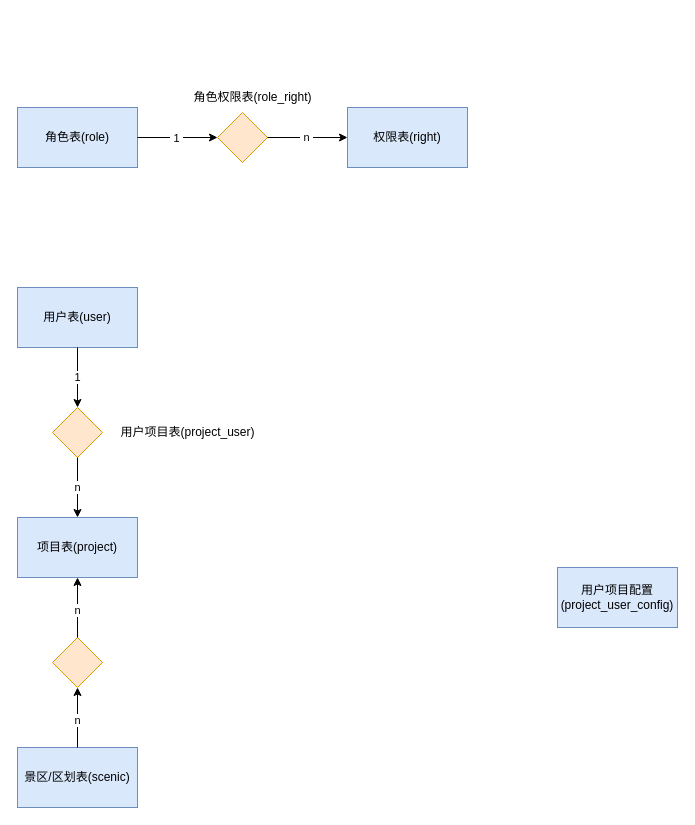
The draw.io diagram 用户管理平台数据E-R图.drawio in lyoo/darwio, before the edit. Source tidied: cells renumbered, new cells numbered last; positions are measured from the earlier drawing's top-left corner, leaving out a move shared by most shapes. Both pictures are drawn from the tidied source at 100%, with x=0, y=0 at pixel (17, 87).
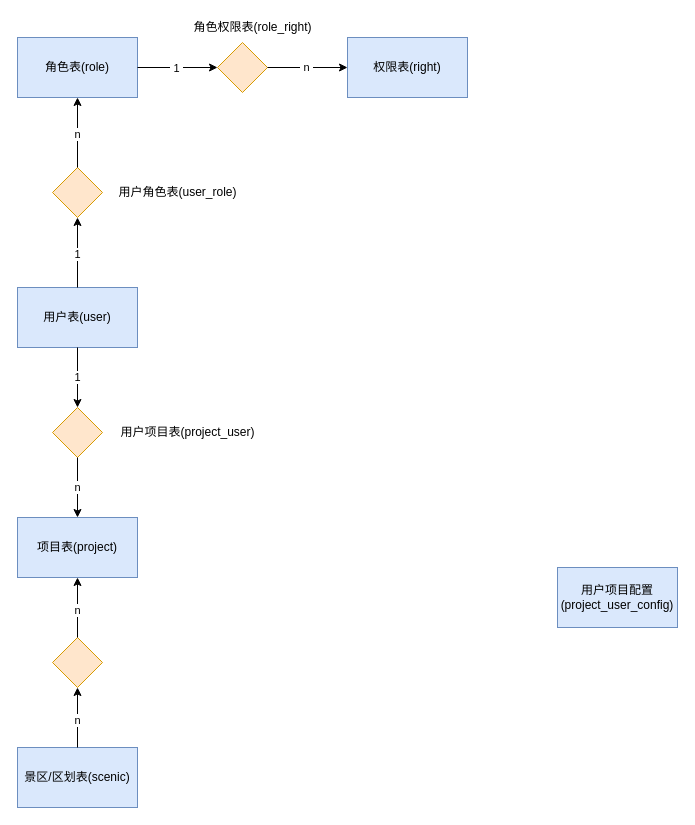
Above is the later version.

Commit message (it also covers changes not shown here):
Update 用户管理平台数据E-R图.drawio

The change refers to these unchanged cells:
```xml
<mxCell id="2" value="用户表(user)" style="rounded=0;whiteSpace=wrap;html=1;fillColor=#dae8fc;strokeColor=#6c8ebf;" parent="1" vertex="1">
  <mxGeometry y="200" width="120" height="60" as="geometry" />
</mxCell>
```

What changed in the source:
```diff
@@
     <mxCell id="17" value="角色表(role)" style="rounded=0;whiteSpace=wrap;html=1;fillColor=#dae8fc;strokeColor=#6c8ebf;" parent="1" vertex="1">
-      <mxGeometry y="20" width="120" height="60" as="geometry" />
+      <mxGeometry y="-50" width="120" height="60" as="geometry" />
     </mxCell>
     <mxCell id="18" value="权限表(right)" style="rounded=0;whiteSpace=wrap;html=1;fillColor=#dae8fc;strokeColor=#6c8ebf;" parent="1" vertex="1">
-      <mxGeometry x="330" y="20" width="120" height="60" as="geometry" />
+      <mxGeometry x="330" y="-50" width="120" height="60" as="geometry" />
     </mxCell>
@@
     <mxCell id="21" style="rhombus;whiteSpace=wrap;html=1;fillColor=#ffe6cc;strokeColor=#d79b00;" parent="1" vertex="1">
-      <mxGeometry x="200" y="25" width="50" height="50" as="geometry" />
+      <mxGeometry x="200" y="-45" width="50" height="50" as="geometry" />
     </mxCell>
@@
     <mxCell id="24" value="角色权限表(role_right)" style="text;html=1;align=center;verticalAlign=middle;" parent="1" vertex="1">
-      <mxGeometry x="170" width="130" height="20" as="geometry" />
+      <mxGeometry x="170" y="-70" width="130" height="20" as="geometry" />
     </mxCell>
+    <mxCell id="25" style="endArrow=classic;html=1;exitX=0.5;exitY=0;exitDx=0;exitDy=0;entryX=0.5;entryY=1;entryDx=0;entryDy=0;" parent="1" edge="1" source="2" target="27">
+      <mxGeometry relative="1" as="geometry" />
+    </mxCell>
+    <mxCell id="26" value="1" style="edgeLabel;html=1;align=center;verticalAlign=middle;" parent="25" vertex="1">
+      <mxGeometry x="-0.04" y="-1" relative="1" as="geometry">
+        <mxPoint x="-2" as="offset" />
+      </mxGeometry>
+    </mxCell>
+    <mxCell id="27" style="rhombus;whiteSpace=wrap;html=1;fillColor=#ffe6cc;strokeColor=#d79b00;" parent="1" vertex="1">
+      <mxGeometry x="35" y="80" width="50" height="50" as="geometry" />
+    </mxCell>
+    <mxCell id="28" style="endArrow=classic;html=1;entryX=0.5;entryY=1;entryDx=0;entryDy=0;" parent="1" edge="1" target="17">
+      <mxGeometry relative="1" as="geometry">
+        <mxPoint x="60" y="80" as="sourcePoint" />
+      </mxGeometry>
+    </mxCell>
+    <mxCell id="29" value="n" style="edgeLabel;html=1;align=center;verticalAlign=middle;" parent="28" vertex="1">
+      <mxGeometry x="-0.04" y="-1" relative="1" as="geometry">
+        <mxPoint x="-2" as="offset" />
+      </mxGeometry>
+    </mxCell>
+    <mxCell id="30" value="用户角色表(user_role)" style="text;html=1;align=center;verticalAlign=middle;" parent="1" vertex="1">
+      <mxGeometry x="95" y="95" width="130" height="20" as="geometry" />
+    </mxCell>
```
